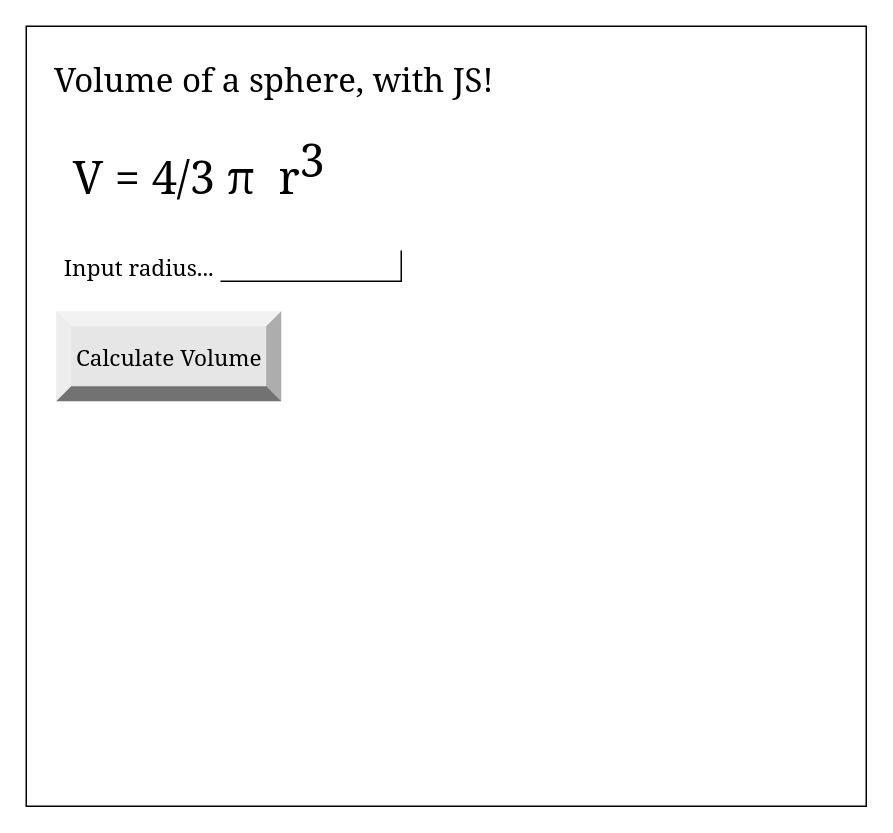
Before: design/storyboard.drawio in Brayden-Blank/ICS2O-Unit-3-03-HTML-2, a draw.io diagram. Source tidied: cells renumbered, new cells numbered last; positions are measured from the earlier drawing's top-left corner, leaving out a move shared by most shapes. Both pictures are drawn from the tidied source at 150%, with x=0, y=0 at pixel (26, 26).
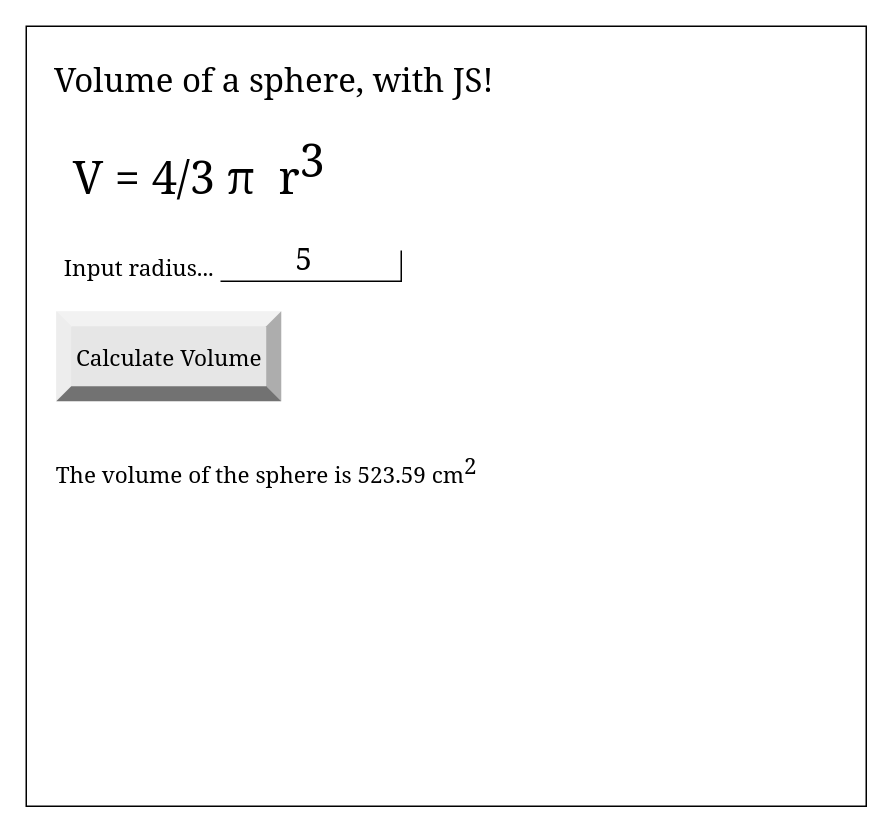
The same diagram, later.

Commit message (it also covers changes not shown here):
added another storyboard

Change to the diagram source:
```diff
@@
 <mxGraphModel>
   <root>
     <mxCell id="0" />
     <mxCell id="1" parent="0" />
     <mxCell id="2" style="verticalLabelPosition=bottom;verticalAlign=top;html=1;shape=mxgraph.basic.rect;fillColor2=none;strokeWidth=1;size=20;indent=5;" parent="1" vertex="1">
       <mxGeometry width="560" height="520" as="geometry" />
     </mxCell>
     <mxCell id="3" value="Volume of a sphere, with JS!" style="text;html=1;align=center;verticalAlign=middle;strokeColor=none;fillColor=none;fontSize=22;fontFamily=Georgia;" parent="1" vertex="1">
       <mxGeometry x="20" y="20" width="290" height="30" as="geometry" />
     </mxCell>
     <mxCell id="4" value="&lt;font style=&quot;font-size: 30px;&quot;&gt;V = 4/3&amp;nbsp;&lt;span style=&quot;text-align: left; font-size: 30px;&quot;&gt;π&amp;nbsp; r&lt;sup style=&quot;font-size: 30px;&quot;&gt;3&lt;/sup&gt;&lt;/span&gt;&lt;/font&gt;" style="text;html=1;align=center;verticalAlign=middle;strokeColor=none;fillColor=none;fontSize=30;fontFamily=Georgia;fontColor=#000000;" parent="1" vertex="1">
       <mxGeometry x="20" y="70" width="190" height="50" as="geometry" />
     </mxCell>
     <mxCell id="5" value="&lt;font style=&quot;font-size: 15px&quot;&gt;Input radius...&lt;/font&gt;" style="text;html=1;align=center;verticalAlign=middle;strokeColor=none;fillColor=none;fontSize=30;fontFamily=Georgia;fontColor=#000000;" parent="1" vertex="1">
       <mxGeometry x="20" y="130" width="110" height="50" as="geometry" />
     </mxCell>
     <mxCell id="6" style="shape=partialRectangle;whiteSpace=wrap;html=1;top=0;left=0;fillColor=none;labelBackgroundColor=none;fontFamily=Georgia;fontSize=15;fontColor=#FFFFFF;" parent="1" vertex="1">
       <mxGeometry x="130" y="150" width="120" height="20" as="geometry" />
     </mxCell>
     <mxCell id="7" value="Calculate Volume" style="labelPosition=center;verticalLabelPosition=middle;align=center;html=1;shape=mxgraph.basic.shaded_button;dx=10;fillColor=#E6E6E6;strokeColor=none;labelBackgroundColor=none;fontFamily=Georgia;fontSize=15;fontColor=#000000;" parent="1" vertex="1">
       <mxGeometry x="20" y="190" width="150" height="60" as="geometry" />
     </mxCell>
+    <mxCell id="8" value="5" style="text;html=1;align=center;verticalAlign=middle;strokeColor=none;fillColor=none;fontColor=#000000;fontFamily=Georgia;fontSize=20;" parent="1" vertex="1">
+      <mxGeometry x="170" y="140" width="30" height="30" as="geometry" />
+    </mxCell>
+    <mxCell id="9" value="The volume of the sphere is 523.59 cm&lt;sup style=&quot;font-size: 15px;&quot;&gt;2&lt;/sup&gt;" style="text;html=1;align=center;verticalAlign=middle;strokeColor=none;fillColor=none;fontSize=15;fontFamily=Georgia;fontColor=#000000;" parent="1" vertex="1">
+      <mxGeometry x="20" y="280" width="280" height="30" as="geometry" />
+    </mxCell>
   </root>
 </mxGraphModel>
```
